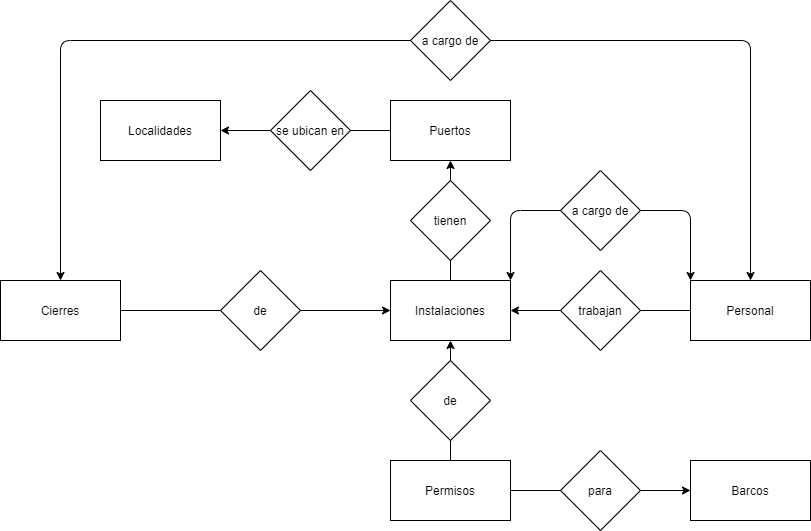
Earlier version of the draw.io export entrega2/Diagrama E_R.png (aberguecio/bdd). Source tidied: cells renumbered, new cells last; positions are measured from the earlier drawing's top-left corner, leaving out a move shared by most shapes.
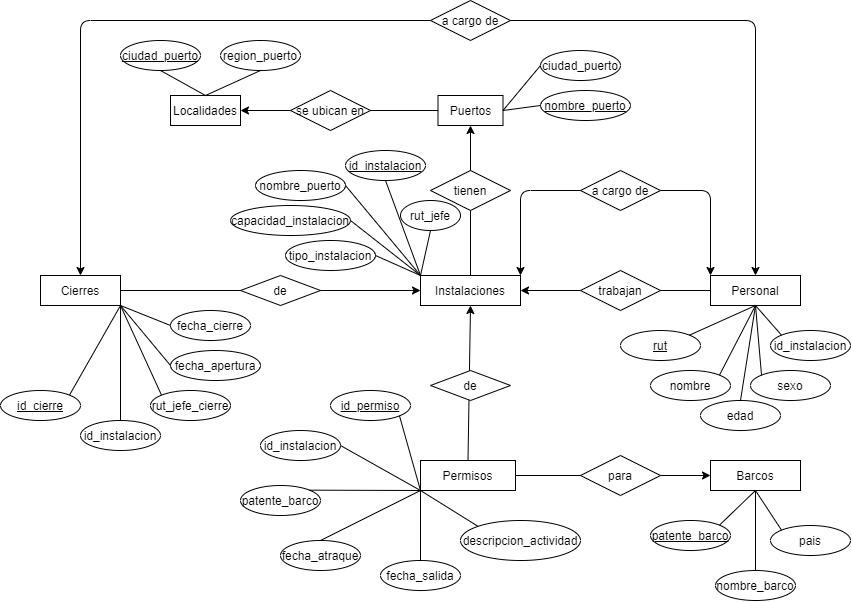
Above is the later version.

Commit message:
arregle el diagrama

The edit, as a diff of the source:
```diff
@@ -3,34 +3,34 @@
     <mxCell id="0" />
     <mxCell id="1" parent="0" />
     <mxCell id="2" value="Localidades" style="rounded=0;whiteSpace=wrap;html=1;" parent="1" vertex="1">
-      <mxGeometry x="100" y="100" width="120" height="60" as="geometry" />
+      <mxGeometry x="150" y="115" width="70" height="30" as="geometry" />
     </mxCell>
     <mxCell id="3" value="Puertos" style="rounded=0;whiteSpace=wrap;html=1;" parent="1" vertex="1">
-      <mxGeometry x="390" y="100" width="120" height="60" as="geometry" />
+      <mxGeometry x="417.5" y="115" width="65" height="30" as="geometry" />
     </mxCell>
     <mxCell id="4" value="Barcos" style="rounded=0;whiteSpace=wrap;html=1;" parent="1" vertex="1">
-      <mxGeometry x="690" y="460" width="120" height="60" as="geometry" />
+      <mxGeometry x="690" y="480" width="90" height="30" as="geometry" />
     </mxCell>
     <mxCell id="5" value="Permisos" style="rounded=0;whiteSpace=wrap;html=1;" parent="1" vertex="1">
-      <mxGeometry x="390" y="460" width="120" height="60" as="geometry" />
+      <mxGeometry x="400" y="480" width="95" height="30" as="geometry" />
     </mxCell>
     <mxCell id="6" value="Instalaciones" style="rounded=0;whiteSpace=wrap;html=1;" parent="1" vertex="1">
-      <mxGeometry x="390" y="280" width="120" height="60" as="geometry" />
+      <mxGeometry x="400" y="295" width="100" height="30" as="geometry" />
     </mxCell>
     <mxCell id="7" value="Cierres" style="rounded=0;whiteSpace=wrap;html=1;" parent="1" vertex="1">
-      <mxGeometry y="280" width="120" height="60" as="geometry" />
+      <mxGeometry x="20" y="295" width="80" height="30" as="geometry" />
     </mxCell>
     <mxCell id="8" value="Personal" style="rounded=0;whiteSpace=wrap;html=1;" parent="1" vertex="1">
-      <mxGeometry x="690" y="280" width="120" height="60" as="geometry" />
+      <mxGeometry x="690" y="295" width="90" height="30" as="geometry" />
     </mxCell>
     <mxCell id="9" value="a cargo de" style="rhombus;whiteSpace=wrap;html=1;" parent="1" vertex="1">
-      <mxGeometry x="410" width="80" height="80" as="geometry" />
+      <mxGeometry x="410" y="20" width="80" height="40" as="geometry" />
     </mxCell>
     <mxCell id="10" value="a cargo de" style="rhombus;whiteSpace=wrap;html=1;" parent="1" vertex="1">
-      <mxGeometry x="560" y="170" width="80" height="80" as="geometry" />
+      <mxGeometry x="560" y="190" width="80" height="40" as="geometry" />
     </mxCell>
     <mxCell id="11" value="se ubican en" style="rhombus;whiteSpace=wrap;html=1;" parent="1" vertex="1">
-      <mxGeometry x="270" y="90" width="80" height="80" as="geometry" />
+      <mxGeometry x="270" y="110" width="80" height="40" as="geometry" />
     </mxCell>
     <mxCell id="12" style="endArrow=none;html=1;entryX=0;entryY=0.5;entryDx=0;entryDy=0;" parent="1" edge="1" target="3">
       <mxGeometry relative="1" as="geometry">
@@ -44,31 +44,28 @@
       <mxGeometry relative="1" as="geometry" />
     </mxCell>
     <mxCell id="15" value="tienen" style="rhombus;whiteSpace=wrap;html=1;" parent="1" vertex="1">
-      <mxGeometry x="410" y="180" width="80" height="80" as="geometry" />
+      <mxGeometry x="410" y="190" width="80" height="40" as="geometry" />
     </mxCell>
     <mxCell id="16" style="endArrow=classic;html=1;exitX=1;exitY=0.5;exitDx=0;exitDy=0;entryX=0;entryY=0.5;entryDx=0;entryDy=0;" parent="1" edge="1" source="7" target="6">
       <mxGeometry relative="1" as="geometry" />
     </mxCell>
     <mxCell id="17" value="de" style="rhombus;whiteSpace=wrap;html=1;" parent="1" vertex="1">
-      <mxGeometry x="220" y="270" width="80" height="80" as="geometry" />
+      <mxGeometry x="220" y="295" width="80" height="30" as="geometry" />
     </mxCell>
     <mxCell id="18" style="endArrow=classic;html=1;exitX=0;exitY=0.5;exitDx=0;exitDy=0;entryX=1;entryY=0.5;entryDx=0;entryDy=0;" parent="1" edge="1" source="8" target="6">
       <mxGeometry relative="1" as="geometry" />
     </mxCell>
     <mxCell id="19" value="trabajan" style="rhombus;whiteSpace=wrap;html=1;" parent="1" vertex="1">
-      <mxGeometry x="560" y="270" width="80" height="80" as="geometry" />
+      <mxGeometry x="560" y="290" width="80" height="40" as="geometry" />
     </mxCell>
-    <mxCell id="20" style="endArrow=classic;html=1;exitX=1;exitY=0.5;exitDx=0;exitDy=0;entryX=0;entryY=0.5;entryDx=0;entryDy=0;" parent="1" edge="1" source="5" target="4">
+    <mxCell id="20" style="endArrow=classic;html=1;exitX=1;exitY=0.5;exitDx=0;exitDy=0;entryX=0;entryY=0.5;entryDx=0;entryDy=0;" parent="1" edge="1" source="21" target="4">
       <mxGeometry relative="1" as="geometry" />
     </mxCell>
-    <mxCell id="21" value="para" style="rhombus;whiteSpace=wrap;html=1;" parent="1" vertex="1">
-      <mxGeometry x="560" y="450" width="80" height="80" as="geometry" />
-    </mxCell>
     <mxCell id="22" style="endArrow=classic;html=1;exitX=0.5;exitY=0;exitDx=0;exitDy=0;entryX=0.5;entryY=1;entryDx=0;entryDy=0;" parent="1" edge="1" source="5" target="6">
       <mxGeometry relative="1" as="geometry" />
     </mxCell>
     <mxCell id="23" value="de" style="rhombus;whiteSpace=wrap;html=1;" parent="1" vertex="1">
-      <mxGeometry x="410" y="360" width="80" height="80" as="geometry" />
+      <mxGeometry x="410" y="390" width="80" height="30" as="geometry" />
     </mxCell>
     <mxCell id="24" style="endArrow=classic;html=1;entryX=0.5;entryY=0;entryDx=0;entryDy=0;exitX=0;exitY=0.5;exitDx=0;exitDy=0;" parent="1" edge="1" source="9" target="7">
       <mxGeometry relative="1" as="geometry">
@@ -80,14 +77,14 @@
     <mxCell id="25" style="endArrow=classic;html=1;exitX=1;exitY=0.5;exitDx=0;exitDy=0;entryX=0.5;entryY=0;entryDx=0;entryDy=0;" parent="1" edge="1" source="9" target="8">
       <mxGeometry relative="1" as="geometry">
         <Array as="points">
-          <mxPoint x="750" y="40" />
+          <mxPoint x="735" y="40" />
         </Array>
       </mxGeometry>
     </mxCell>
     <mxCell id="26" style="endArrow=classic;html=1;exitX=0;exitY=0.5;exitDx=0;exitDy=0;entryX=1;entryY=0;entryDx=0;entryDy=0;" parent="1" edge="1" source="10" target="6">
       <mxGeometry relative="1" as="geometry">
         <Array as="points">
-          <mxPoint x="510" y="210" />
+          <mxPoint x="500" y="210" />
         </Array>
       </mxGeometry>
     </mxCell>
@@ -98,5 +95,183 @@
         </Array>
       </mxGeometry>
     </mxCell>
+    <mxCell id="21" value="para" style="rhombus;whiteSpace=wrap;html=1;" parent="1" vertex="1">
+      <mxGeometry x="560" y="475" width="80" height="40" as="geometry" />
+    </mxCell>
+    <mxCell id="28" value="ciudad_puerto" style="ellipse;whiteSpace=wrap;html=1;" parent="1" vertex="1">
+      <mxGeometry x="520" y="70" width="80" height="30" as="geometry" />
+    </mxCell>
+    <mxCell id="29" value="&lt;u&gt;nombre_puerto&lt;/u&gt;" style="ellipse;whiteSpace=wrap;html=1;" parent="1" vertex="1">
+      <mxGeometry x="520" y="110" width="90" height="30" as="geometry" />
+    </mxCell>
+    <mxCell id="30" style="endArrow=none;html=1;entryX=0;entryY=0.5;entryDx=0;entryDy=0;exitX=1;exitY=0.5;exitDx=0;exitDy=0;" parent="1" edge="1" source="3" target="28">
+      <mxGeometry relative="1" as="geometry" />
+    </mxCell>
+    <mxCell id="31" style="endArrow=none;html=1;entryX=0;entryY=0.5;entryDx=0;entryDy=0;exitX=1;exitY=0.5;exitDx=0;exitDy=0;" parent="1" edge="1" source="3" target="29">
+      <mxGeometry relative="1" as="geometry" />
+    </mxCell>
+    <mxCell id="32" value="&lt;u&gt;rut&lt;/u&gt;" style="ellipse;whiteSpace=wrap;html=1;" parent="1" vertex="1">
+      <mxGeometry x="600" y="350" width="80" height="30" as="geometry" />
+    </mxCell>
+    <mxCell id="33" value="nombre" style="ellipse;whiteSpace=wrap;html=1;" parent="1" vertex="1">
+      <mxGeometry x="630" y="390" width="80" height="30" as="geometry" />
+    </mxCell>
+    <mxCell id="34" value="edad" style="ellipse;whiteSpace=wrap;html=1;" parent="1" vertex="1">
+      <mxGeometry x="680" y="420" width="80" height="30" as="geometry" />
+    </mxCell>
+    <mxCell id="35" value="sexo" style="ellipse;whiteSpace=wrap;html=1;" parent="1" vertex="1">
+      <mxGeometry x="730" y="390" width="80" height="30" as="geometry" />
+    </mxCell>
+    <mxCell id="36" value="id_instalacion" style="ellipse;whiteSpace=wrap;html=1;" parent="1" vertex="1">
+      <mxGeometry x="750" y="350" width="80" height="30" as="geometry" />
+    </mxCell>
+    <mxCell id="37" style="endArrow=none;html=1;entryX=0.5;entryY=1;entryDx=0;entryDy=0;exitX=1;exitY=0;exitDx=0;exitDy=0;" parent="1" edge="1" source="32" target="8">
+      <mxGeometry relative="1" as="geometry" />
+    </mxCell>
+    <mxCell id="38" style="endArrow=none;html=1;entryX=0.5;entryY=1;entryDx=0;entryDy=0;exitX=1;exitY=0;exitDx=0;exitDy=0;" parent="1" edge="1" source="33" target="8">
+      <mxGeometry relative="1" as="geometry" />
+    </mxCell>
+    <mxCell id="39" style="endArrow=none;html=1;exitX=0.5;exitY=0;exitDx=0;exitDy=0;entryX=0.5;entryY=1;entryDx=0;entryDy=0;" parent="1" edge="1" source="34" target="8">
+      <mxGeometry relative="1" as="geometry" />
+    </mxCell>
+    <mxCell id="40" style="endArrow=none;html=1;exitX=0;exitY=0;exitDx=0;exitDy=0;entryX=0.5;entryY=1;entryDx=0;entryDy=0;" parent="1" edge="1" source="35" target="8">
+      <mxGeometry relative="1" as="geometry" />
+    </mxCell>
+    <mxCell id="41" style="endArrow=none;html=1;exitX=0;exitY=0;exitDx=0;exitDy=0;entryX=0.5;entryY=1;entryDx=0;entryDy=0;" parent="1" edge="1" source="36" target="8">
+      <mxGeometry relative="1" as="geometry" />
+    </mxCell>
+    <mxCell id="42" value="&lt;u&gt;id_permiso&lt;br&gt;&lt;/u&gt;" style="ellipse;whiteSpace=wrap;html=1;" parent="1" vertex="1">
+      <mxGeometry x="310" y="410" width="80" height="30" as="geometry" />
+    </mxCell>
+    <mxCell id="43" value="fecha_atraque" style="ellipse;whiteSpace=wrap;html=1;" parent="1" vertex="1">
+      <mxGeometry x="260" y="560" width="80" height="30" as="geometry" />
+    </mxCell>
+    <mxCell id="44" value="fecha_salida" style="ellipse;whiteSpace=wrap;html=1;" parent="1" vertex="1">
+      <mxGeometry x="360" y="580" width="80" height="30" as="geometry" />
+    </mxCell>
+    <mxCell id="45" value="id_instalacion" style="ellipse;whiteSpace=wrap;html=1;" parent="1" vertex="1">
+      <mxGeometry x="240" y="450" width="80" height="30" as="geometry" />
+    </mxCell>
+    <mxCell id="46" value="patente_barco" style="ellipse;whiteSpace=wrap;html=1;" parent="1" vertex="1">
+      <mxGeometry x="220" y="505" width="80" height="30" as="geometry" />
+    </mxCell>
+    <mxCell id="47" value="descripcion_actividad" style="ellipse;whiteSpace=wrap;html=1;" parent="1" vertex="1">
+      <mxGeometry x="440" y="540" width="120" height="40" as="geometry" />
+    </mxCell>
+    <mxCell id="48" style="endArrow=none;html=1;exitX=1;exitY=1;exitDx=0;exitDy=0;entryX=0;entryY=1;entryDx=0;entryDy=0;" parent="1" edge="1" source="42" target="5">
+      <mxGeometry relative="1" as="geometry" />
+    </mxCell>
+    <mxCell id="49" style="endArrow=none;html=1;exitX=1;exitY=0.5;exitDx=0;exitDy=0;entryX=0;entryY=1;entryDx=0;entryDy=0;" parent="1" edge="1" source="45" target="5">
+      <mxGeometry relative="1" as="geometry" />
+    </mxCell>
+    <mxCell id="50" style="endArrow=none;html=1;exitX=1;exitY=0;exitDx=0;exitDy=0;entryX=0;entryY=1;entryDx=0;entryDy=0;" parent="1" edge="1" source="46" target="5">
+      <mxGeometry relative="1" as="geometry" />
+    </mxCell>
+    <mxCell id="51" style="endArrow=none;html=1;exitX=0.5;exitY=0;exitDx=0;exitDy=0;entryX=0;entryY=1;entryDx=0;entryDy=0;" parent="1" edge="1" source="43" target="5">
+      <mxGeometry relative="1" as="geometry" />
+    </mxCell>
+    <mxCell id="52" style="endArrow=none;html=1;entryX=0.5;entryY=0;entryDx=0;entryDy=0;" parent="1" edge="1" target="44">
+      <mxGeometry relative="1" as="geometry">
+        <mxPoint x="400" y="510" as="sourcePoint" />
+      </mxGeometry>
+    </mxCell>
+    <mxCell id="53" style="endArrow=none;html=1;entryX=0;entryY=0;entryDx=0;entryDy=0;" parent="1" edge="1" target="47">
+      <mxGeometry relative="1" as="geometry">
+        <mxPoint x="400" y="510" as="sourcePoint" />
+      </mxGeometry>
+    </mxCell>
+    <mxCell id="54" value="&lt;u&gt;ciudad_puerto&lt;br&gt;&lt;/u&gt;" style="ellipse;whiteSpace=wrap;html=1;" parent="1" vertex="1">
+      <mxGeometry x="100" y="60" width="80" height="30" as="geometry" />
+    </mxCell>
+    <mxCell id="55" value="region_puerto" style="ellipse;whiteSpace=wrap;html=1;" parent="1" vertex="1">
+      <mxGeometry x="200" y="60" width="80" height="30" as="geometry" />
+    </mxCell>
+    <mxCell id="56" style="endArrow=none;html=1;exitX=0.5;exitY=0;exitDx=0;exitDy=0;entryX=0.5;entryY=1;entryDx=0;entryDy=0;" parent="1" edge="1" source="2" target="55">
+      <mxGeometry relative="1" as="geometry" />
+    </mxCell>
+    <mxCell id="57" style="endArrow=none;html=1;exitX=0.5;exitY=0;exitDx=0;exitDy=0;entryX=0.5;entryY=1;entryDx=0;entryDy=0;" parent="1" edge="1" source="2" target="54">
+      <mxGeometry relative="1" as="geometry" />
+    </mxCell>
+    <mxCell id="58" value="&lt;u&gt;id_instalacion&lt;br&gt;&lt;/u&gt;" style="ellipse;whiteSpace=wrap;html=1;" parent="1" vertex="1">
+      <mxGeometry x="325" y="170" width="80" height="30" as="geometry" />
+    </mxCell>
+    <mxCell id="59" value="tipo_instalacion" style="ellipse;whiteSpace=wrap;html=1;" parent="1" vertex="1">
+      <mxGeometry x="265" y="260" width="90" height="30" as="geometry" />
+    </mxCell>
+    <mxCell id="60" value="capacidad_instalacion" style="ellipse;whiteSpace=wrap;html=1;" parent="1" vertex="1">
+      <mxGeometry x="210" y="225" width="120" height="30" as="geometry" />
+    </mxCell>
+    <mxCell id="61" value="nombre_puerto" style="ellipse;whiteSpace=wrap;html=1;" parent="1" vertex="1">
+      <mxGeometry x="235" y="190" width="90" height="30" as="geometry" />
+    </mxCell>
+    <mxCell id="62" value="rut_jefe" style="ellipse;whiteSpace=wrap;html=1;" parent="1" vertex="1">
+      <mxGeometry x="380" y="220" width="60" height="30" as="geometry" />
+    </mxCell>
+    <mxCell id="63" style="endArrow=none;html=1;entryX=0.5;entryY=1;entryDx=0;entryDy=0;exitX=0;exitY=0;exitDx=0;exitDy=0;" parent="1" edge="1" source="6" target="58">
+      <mxGeometry relative="1" as="geometry" />
+    </mxCell>
+    <mxCell id="64" style="endArrow=none;html=1;entryX=0.5;entryY=1;entryDx=0;entryDy=0;exitX=0;exitY=0;exitDx=0;exitDy=0;" parent="1" edge="1" source="6" target="62">
+      <mxGeometry relative="1" as="geometry" />
+    </mxCell>
+    <mxCell id="65" style="endArrow=none;html=1;entryX=1;entryY=0.5;entryDx=0;entryDy=0;exitX=0;exitY=0;exitDx=0;exitDy=0;" parent="1" edge="1" source="6" target="61">
+      <mxGeometry relative="1" as="geometry" />
+    </mxCell>
+    <mxCell id="66" style="endArrow=none;html=1;entryX=1;entryY=0.5;entryDx=0;entryDy=0;exitX=0;exitY=0;exitDx=0;exitDy=0;" parent="1" edge="1" source="6" target="60">
+      <mxGeometry relative="1" as="geometry" />
+    </mxCell>
+    <mxCell id="67" style="endArrow=none;html=1;entryX=1;entryY=0.5;entryDx=0;entryDy=0;exitX=0;exitY=0;exitDx=0;exitDy=0;" parent="1" edge="1" source="6" target="59">
+      <mxGeometry relative="1" as="geometry" />
+    </mxCell>
+    <mxCell id="68" value="&lt;u&gt;id_cierre&lt;br&gt;&lt;/u&gt;" style="ellipse;whiteSpace=wrap;html=1;" parent="1" vertex="1">
+      <mxGeometry x="-20" y="410" width="80" height="30" as="geometry" />
+    </mxCell>
+    <mxCell id="69" value="fecha_cierre" style="ellipse;whiteSpace=wrap;html=1;" parent="1" vertex="1">
+      <mxGeometry x="150" y="330" width="80" height="30" as="geometry" />
+    </mxCell>
+    <mxCell id="70" value="fecha_apertura" style="ellipse;whiteSpace=wrap;html=1;" parent="1" vertex="1">
+      <mxGeometry x="150" y="370" width="90" height="30" as="geometry" />
+    </mxCell>
+    <mxCell id="71" value="rut_jefe_cierre" style="ellipse;whiteSpace=wrap;html=1;" parent="1" vertex="1">
+      <mxGeometry x="130" y="410" width="80" height="30" as="geometry" />
+    </mxCell>
+    <mxCell id="72" value="id_instalacion" style="ellipse;whiteSpace=wrap;html=1;" parent="1" vertex="1">
+      <mxGeometry x="60" y="440" width="80" height="30" as="geometry" />
+    </mxCell>
+    <mxCell id="73" style="endArrow=none;html=1;exitX=1;exitY=1;exitDx=0;exitDy=0;entryX=1;entryY=0;entryDx=0;entryDy=0;" parent="1" edge="1" source="7" target="68">
+      <mxGeometry relative="1" as="geometry" />
+    </mxCell>
+    <mxCell id="74" style="endArrow=none;html=1;exitX=1;exitY=1;exitDx=0;exitDy=0;entryX=0.5;entryY=0;entryDx=0;entryDy=0;" parent="1" edge="1" source="7" target="72">
+      <mxGeometry relative="1" as="geometry" />
+    </mxCell>
+    <mxCell id="75" style="endArrow=none;html=1;exitX=1;exitY=1;exitDx=0;exitDy=0;entryX=0;entryY=0;entryDx=0;entryDy=0;" parent="1" edge="1" source="7" target="71">
+      <mxGeometry relative="1" as="geometry" />
+    </mxCell>
+    <mxCell id="76" style="endArrow=none;html=1;exitX=1;exitY=1;exitDx=0;exitDy=0;entryX=0;entryY=0.5;entryDx=0;entryDy=0;" parent="1" edge="1" source="7" target="70">
+      <mxGeometry relative="1" as="geometry" />
+    </mxCell>
+    <mxCell id="77" style="endArrow=none;html=1;exitX=1;exitY=1;exitDx=0;exitDy=0;entryX=0;entryY=0.5;entryDx=0;entryDy=0;" parent="1" edge="1" source="7" target="69">
+      <mxGeometry relative="1" as="geometry" />
+    </mxCell>
+    <mxCell id="78" value="&lt;u&gt;patente_barco&lt;/u&gt;" style="ellipse;whiteSpace=wrap;html=1;" parent="1" vertex="1">
+      <mxGeometry x="630" y="540" width="80" height="30" as="geometry" />
+    </mxCell>
+    <mxCell id="79" value="nombre_barco" style="ellipse;whiteSpace=wrap;html=1;" parent="1" vertex="1">
+      <mxGeometry x="695" y="590" width="80" height="30" as="geometry" />
+    </mxCell>
+    <mxCell id="80" value="pais" style="ellipse;whiteSpace=wrap;html=1;" parent="1" vertex="1">
+      <mxGeometry x="750" y="545" width="80" height="30" as="geometry" />
+    </mxCell>
+    <mxCell id="81" style="endArrow=none;html=1;entryX=1;entryY=0;entryDx=0;entryDy=0;exitX=0.5;exitY=1;exitDx=0;exitDy=0;" parent="1" edge="1" source="4" target="78">
+      <mxGeometry relative="1" as="geometry" />
+    </mxCell>
+    <mxCell id="82" style="endArrow=none;html=1;entryX=0.5;entryY=0;entryDx=0;entryDy=0;exitX=0.5;exitY=1;exitDx=0;exitDy=0;" parent="1" edge="1" source="4" target="79">
+      <mxGeometry relative="1" as="geometry" />
+    </mxCell>
+    <mxCell id="83" style="endArrow=none;html=1;entryX=0;entryY=0;entryDx=0;entryDy=0;exitX=0.5;exitY=1;exitDx=0;exitDy=0;" parent="1" edge="1" source="4" target="80">
+      <mxGeometry relative="1" as="geometry" />
+    </mxCell>
+    <mxCell id="84" style="endArrow=none;html=1;exitX=1;exitY=0.5;exitDx=0;exitDy=0;entryX=0;entryY=0.5;entryDx=0;entryDy=0;" parent="1" edge="1" source="5" target="21">
+      <mxGeometry relative="1" as="geometry" />
+    </mxCell>
   </root>
 </mxGraphModel>
```
